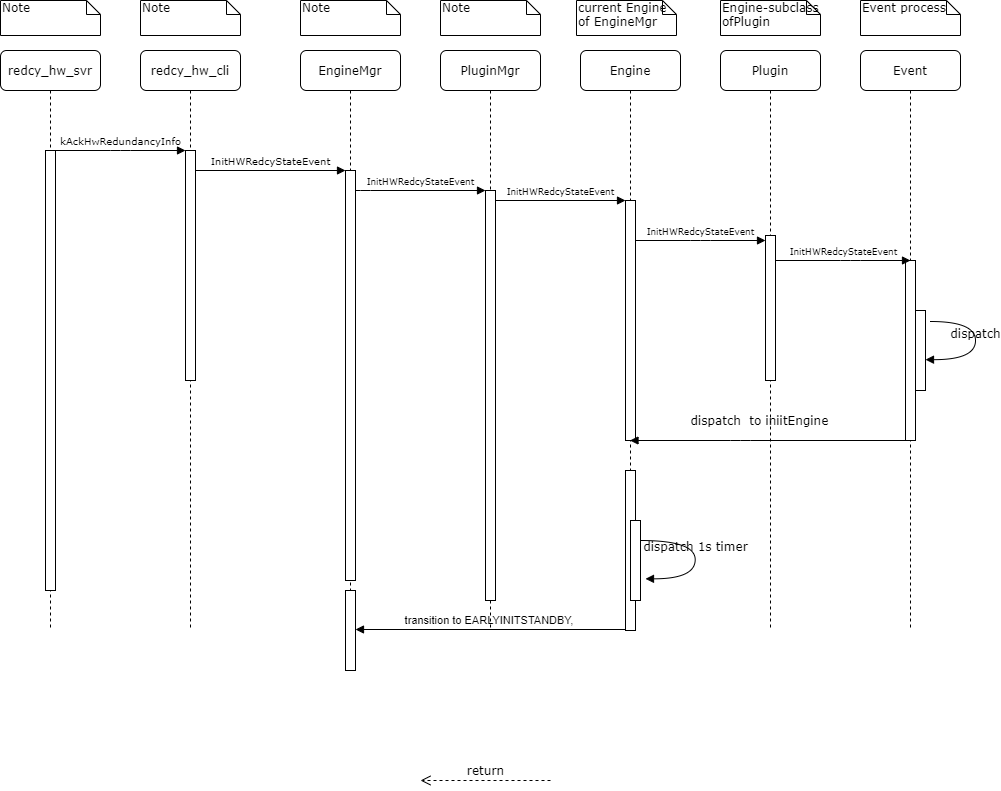
Earlier version of the draw.io export UML/StartRedundancy.png (Steve888888/FN-Redundancy). Source tidied: cells renumbered, new cells last; positions are measured from the earlier drawing's top-left corner, leaving out a move shared by most shapes.
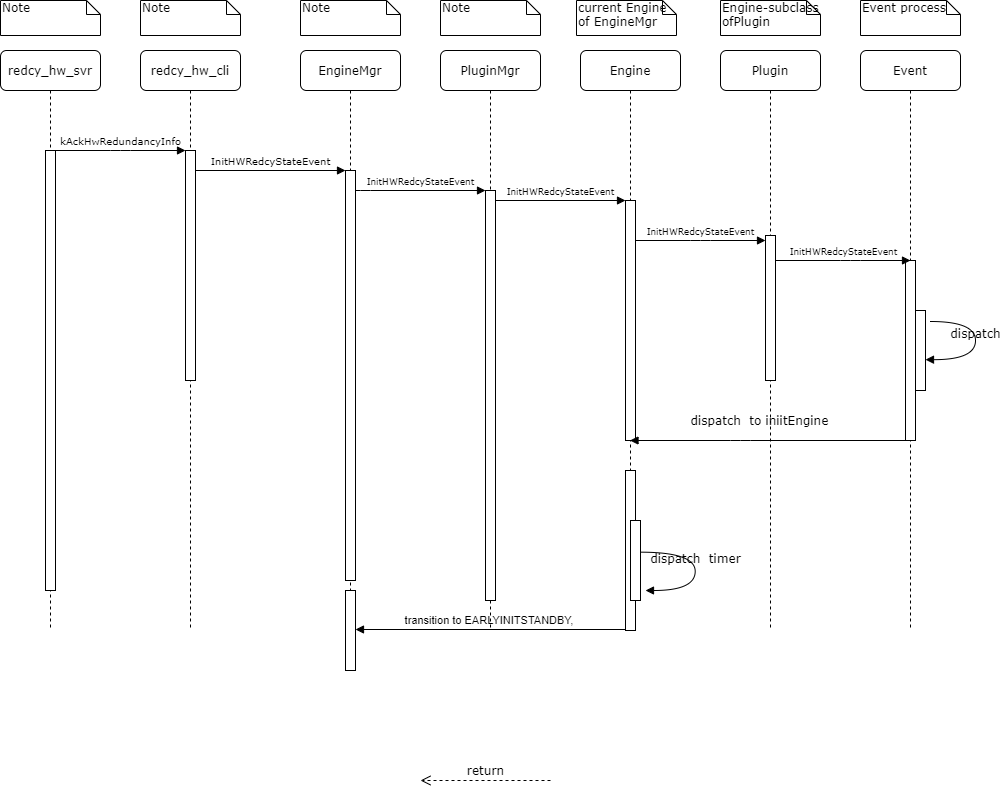
The same file after the commit.

Change to the diagram source:
```diff
@@ -136,13 +136,13 @@
         <mxPoint x="1" as="offset" />
       </mxGeometry>
     </mxCell>
-    <mxCell id="35" value="dispatch 1s timer" style="html=1;verticalAlign=bottom;endArrow=block;labelBackgroundColor=none;fontFamily=Verdana;fontSize=12;elbow=vertical;edgeStyle=orthogonalEdgeStyle;curved=1;entryX=1;entryY=0.286;entryPerimeter=0;exitX=1.038;exitY=0.345;exitPerimeter=0;" parent="1" edge="1">
+    <mxCell id="35" value="dispatch&amp;nbsp; timer" style="html=1;verticalAlign=bottom;endArrow=block;labelBackgroundColor=none;fontFamily=Verdana;fontSize=12;elbow=vertical;edgeStyle=orthogonalEdgeStyle;curved=1;entryX=1;entryY=0.286;entryPerimeter=0;exitX=1.038;exitY=0.345;exitPerimeter=0;" parent="1" edge="1">
       <mxGeometry relative="1" as="geometry">
-        <mxPoint x="640" y="540" as="sourcePoint" />
-        <mxPoint x="645" y="578.3" as="targetPoint" />
+        <mxPoint x="640" y="551.7" as="sourcePoint" />
+        <mxPoint x="645" y="590" as="targetPoint" />
         <Array as="points">
-          <mxPoint x="694.7" y="540" />
-          <mxPoint x="694.7" y="578" />
+          <mxPoint x="694.7" y="551.7" />
+          <mxPoint x="694.7" y="589.7" />
         </Array>
       </mxGeometry>
     </mxCell>
```
